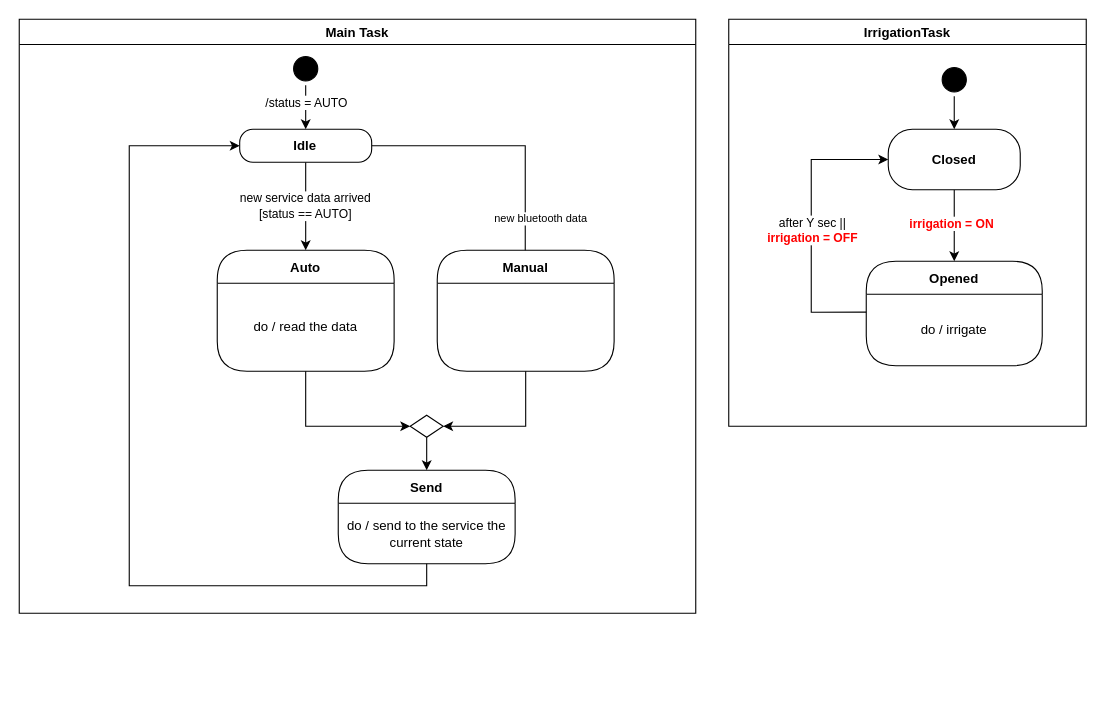
tassiLuca/smart-garden keeps this draw.io diagram as page "overview" (1 of 4) of doc/diagrams/state-chart.drawio. Above is the earlier version. Source tidied: cells renumbered, new cells numbered last; positions are measured from the earlier drawing's top-left corner, leaving out a move shared by most shapes. Both pictures are drawn from the tidied source at 110%, with x=0, y=0 at pixel (19, 19).
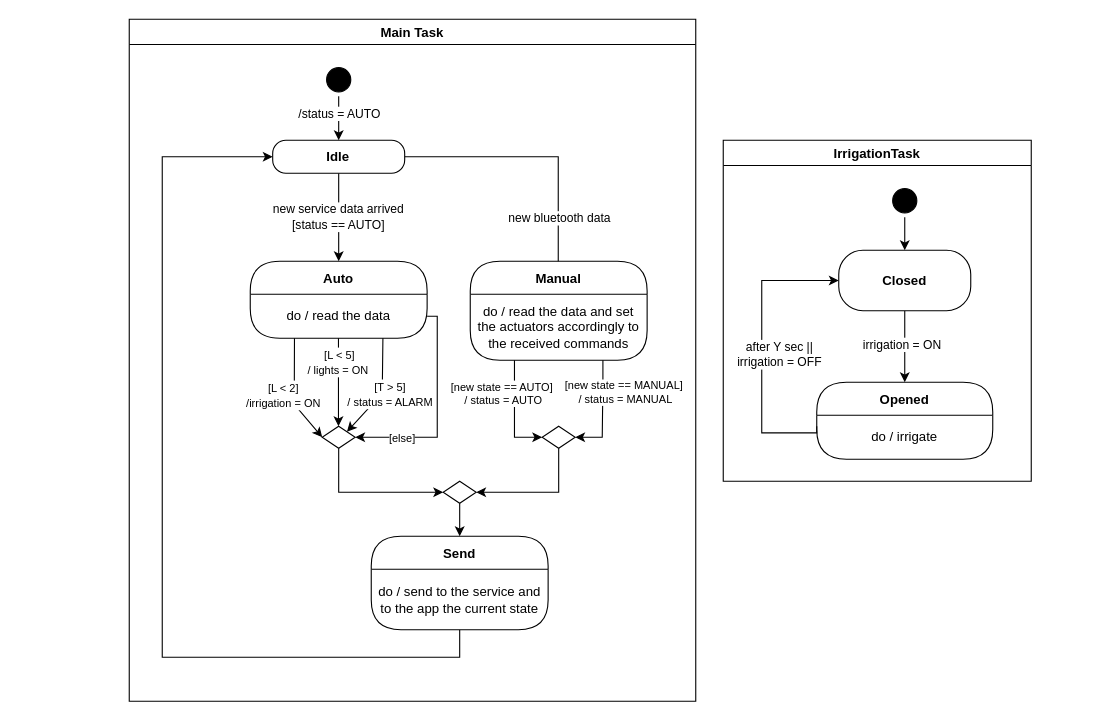
Above is the later version.

Commit message:
diagram state

The change refers to these unchanged cells:
```xml
<mxCell id="8" style="edgeStyle=orthogonalEdgeStyle;rounded=0;jettySize=auto;html=1;exitX=0.5;exitY=1;exitDx=0;exitDy=0;entryX=0.5;entryY=0;entryDx=0;entryDy=0;" parent="2" edge="1" source="10" target="4">
  <mxGeometry relative="1" as="geometry" />
</mxCell>
```

Change to the diagram source:
```diff
@@
     <mxCell id="2" value="IrrigationTask" style="swimlane;strokeColor=#000000;" parent="1" vertex="1">
-      <mxGeometry x="645" width="325" height="370" as="geometry" />
+      <mxGeometry x="640" y="110" width="280" height="310" as="geometry" />
     </mxCell>
     <mxCell id="3" style="ellipse;html=1;shape=startState;fillColor=#000000;strokeColor=#000000;" parent="2" vertex="1">
-      <mxGeometry x="190" y="40" width="30" height="30" as="geometry" />
+      <mxGeometry x="150" y="40" width="30" height="30" as="geometry" />
     </mxCell>
     <mxCell id="4" value="Opened" style="swimlane;fontStyle=1;align=center;verticalAlign=middle;horizontal=1;startSize=30;rounded=1;arcSize=30;swimlaneFillColor=#FFFFFF;" parent="2" vertex="1">
-      <mxGeometry x="125" y="220" width="160" height="95" as="geometry" />
+      <mxGeometry x="85" y="220" width="160" height="70" as="geometry" />
     </mxCell>
     <mxCell id="5" style="edgeStyle=orthogonalEdgeStyle;rounded=0;jettySize=auto;html=1;exitX=0;exitY=0.25;exitDx=0;exitDy=0;entryX=0;entryY=0.5;entryDx=0;entryDy=0;fontColor=#000000;" parent="2" edge="1" source="11" target="10">
       <mxGeometry relative="1" as="geometry">
         <Array as="points">
-          <mxPoint x="75" y="266" />
-          <mxPoint x="75" y="128" />
-          <mxPoint x="145" y="128" />
+          <mxPoint x="35" y="266" />
+          <mxPoint x="35" y="128" />
+          <mxPoint x="105" y="128" />
         </Array>
       </mxGeometry>
     </mxCell>
-    <mxCell id="6" value="after Y sec || &lt;br&gt;&lt;b&gt;&lt;font color=&quot;#ff0000&quot;&gt;irrigation = OFF&lt;/font&gt;&lt;/b&gt;" style="edgeLabel;html=1;align=center;verticalAlign=middle;fontColor=#000000;" parent="5" vertex="1">
+    <mxCell id="6" value="after Y sec || &lt;br&gt;irrigation = OFF" style="edgeLabel;html=1;align=center;verticalAlign=middle;fontColor=#000000;" parent="5" vertex="1">
       <mxGeometry x="-0.01" y="-2" relative="1" as="geometry">
-        <mxPoint x="-2" y="3" as="offset" />
+        <mxPoint x="13" y="3" as="offset" />
       </mxGeometry>
     </mxCell>
@@
-    <mxCell id="9" value="&lt;b&gt;&lt;font color=&quot;#ff0000&quot;&gt;irrigation = ON&amp;nbsp;&lt;/font&gt;&lt;/b&gt;" style="edgeLabel;html=1;align=center;verticalAlign=middle;" parent="8" vertex="1">
+    <mxCell id="9" value="irrigation = ON&amp;nbsp;" style="edgeLabel;html=1;align=center;verticalAlign=middle;" parent="8" vertex="1">
       <mxGeometry x="-0.09" y="-2" relative="1" as="geometry" />
     </mxCell>
     <mxCell id="10" value="Closed" style="rounded=1;whiteSpace=wrap;html=1;arcSize=40;fontStyle=1;" parent="2" vertex="1">
-      <mxGeometry x="145" y="100" width="120" height="55" as="geometry" />
+      <mxGeometry x="105" y="100" width="120" height="55" as="geometry" />
     </mxCell>
     <mxCell id="11" value="do / irrigate" style="text;html=1;align=center;verticalAlign=middle;spacingLeft=4;spacingRight=4;whiteSpace=wrap;overflow=hidden;" parent="2" vertex="1">
-      <mxGeometry x="125" y="250" width="160" height="65" as="geometry" />
+      <mxGeometry x="85" y="250" width="160" height="40" as="geometry" />
     </mxCell>
     <mxCell id="12" value="Main Task" style="swimlane;strokeColor=#000000;" parent="1" vertex="1">
-      <mxGeometry width="615" height="540" as="geometry" />
+      <mxGeometry x="100" width="515" height="620" as="geometry" />
     </mxCell>
     <mxCell id="13" style="ellipse;html=1;shape=startState;fillColor=#000000;strokeColor=#000000;" parent="12" vertex="1">
-      <mxGeometry x="245.4" y="30" width="30" height="30" as="geometry" />
+      <mxGeometry x="175.4" y="40" width="30" height="30" as="geometry" />
     </mxCell>
@@
     <mxCell id="15" style="edgeStyle=orthogonalEdgeStyle;rounded=0;jettySize=auto;html=1;exitX=1;exitY=0.5;exitDx=0;exitDy=0;entryX=0.5;entryY=0;entryDx=0;entryDy=0;fontColor=#000000;startArrow=none;startFill=0;" parent="12" edge="1" source="17" target="20">
       <mxGeometry relative="1" as="geometry">
         <Array as="points">
-          <mxPoint x="460" y="115" />
-          <mxPoint x="460" y="240" />
+          <mxPoint x="390" y="125" />
+          <mxPoint x="390" y="250" />
         </Array>
       </mxGeometry>
     </mxCell>
-    <mxCell id="16" value="new bluetooth data" style="edgeLabel;html=1;align=center;verticalAlign=middle;fontSize=10;fontColor=#000000;" parent="15" vertex="1">
+    <mxCell id="16" value="&lt;font style=&quot;font-size: 11px;&quot;&gt;new bluetooth data&lt;/font&gt;" style="edgeLabel;html=1;align=center;verticalAlign=middle;fontSize=10;fontColor=#000000;" parent="15" vertex="1">
       <mxGeometry x="-0.15" y="1" relative="1" as="geometry">
-        <mxPoint x="28" y="66" as="offset" />
+        <mxPoint x="15" y="56" as="offset" />
       </mxGeometry>
     </mxCell>
     <mxCell id="17" value="Idle" style="rounded=1;whiteSpace=wrap;html=1;arcSize=40;fontStyle=1;" parent="12" vertex="1">
-      <mxGeometry x="200.4" y="100" width="120" height="30" as="geometry" />
+      <mxGeometry x="130.4" y="110" width="120" height="30" as="geometry" />
     </mxCell>
@@
     <mxCell id="20" value="Manual" style="swimlane;fontStyle=1;align=center;verticalAlign=middle;horizontal=1;startSize=30;rounded=1;arcSize=30;swimlaneFillColor=#FFFFFF;" parent="12" vertex="1">
-      <mxGeometry x="380" y="210" width="160.8" height="110" as="geometry" />
+      <mxGeometry x="310" y="220" width="160.8" height="90" as="geometry" />
     </mxCell>
-    <mxCell id="21" value="&amp;nbsp; &amp;nbsp;&amp;nbsp;" style="text;html=1;align=center;verticalAlign=middle;spacingLeft=4;spacingRight=4;whiteSpace=wrap;overflow=hidden;" parent="20" vertex="1">
-      <mxGeometry y="30" width="160.8" height="80" as="geometry" />
+    <mxCell id="21" value="do / read the data and set the actuators accordingly to the received commands" style="text;html=1;align=center;verticalAlign=middle;spacingLeft=4;spacingRight=4;whiteSpace=wrap;overflow=hidden;" parent="20" vertex="1">
+      <mxGeometry y="30" width="160.8" height="60" as="geometry" />
     </mxCell>
     <mxCell id="22" value="Auto" style="swimlane;fontStyle=1;align=center;verticalAlign=middle;horizontal=1;startSize=30;rounded=1;arcSize=30;swimlaneFillColor=#FFFFFF;" parent="12" vertex="1">
-      <mxGeometry x="180" y="210" width="160.8" height="110" as="geometry" />
+      <mxGeometry x="110" y="220" width="160.8" height="70" as="geometry" />
     </mxCell>
     <mxCell id="23" value="do / read the data" style="text;html=1;align=center;verticalAlign=middle;spacingLeft=4;spacingRight=4;whiteSpace=wrap;overflow=hidden;" parent="22" vertex="1">
-      <mxGeometry y="30" width="160.8" height="80" as="geometry" />
+      <mxGeometry y="30" width="160.8" height="40" as="geometry" />
     </mxCell>
+    <mxCell id="26" style="edgeStyle=orthogonalEdgeStyle;curved=1;jettySize=auto;html=1;exitX=0.5;exitY=1;exitDx=0;exitDy=0;entryX=0.5;entryY=0;entryDx=0;entryDy=0;fontSize=10;fontColor=#000000;" parent="12" edge="1" source="27" target="24">
+      <mxGeometry relative="1" as="geometry" />
+    </mxCell>
+    <mxCell id="27" style="shape=rhombus;perimeter=rhombusPerimeter;whiteSpace=wrap;html=1;align=center;fontSize=10;fontColor=#000000;" parent="12" vertex="1">
+      <mxGeometry x="285.4" y="420" width="30" height="20" as="geometry" />
+    </mxCell>
+    <mxCell id="30" style="edgeStyle=orthogonalEdgeStyle;rounded=0;jettySize=auto;html=1;exitX=0.5;exitY=1;exitDx=0;exitDy=0;entryX=0;entryY=0.5;entryDx=0;entryDy=0;fontSize=10;fontColor=#000000;" parent="12" edge="1" source="25" target="17">
+      <mxGeometry relative="1" as="geometry">
+        <Array as="points">
+          <mxPoint x="300" y="580" />
+          <mxPoint x="30" y="580" />
+          <mxPoint x="30" y="125" />
+        </Array>
+      </mxGeometry>
+    </mxCell>
+    <mxCell id="31" style="endArrow=classic;html=1;rounded=0;fontSize=11;exitX=0.75;exitY=1;exitDx=0;exitDy=0;entryX=1;entryY=0;entryDx=0;entryDy=0;" parent="12" edge="1" source="23" target="34">
+      <mxGeometry relative="1" as="geometry">
+        <Array as="points">
+          <mxPoint x="230" y="340" />
+        </Array>
+      </mxGeometry>
+    </mxCell>
+    <mxCell id="32" value="&lt;font style=&quot;font-size: 10px;&quot;&gt;[T &amp;gt; 5] &lt;br&gt;/ status = ALARM&lt;/font&gt;" style="edgeLabel;html=1;align=center;verticalAlign=middle;fontSize=11;" parent="31" vertex="1">
+      <mxGeometry x="-0.68" y="-3" relative="1" as="geometry">
+        <mxPoint x="9" y="35" as="offset" />
+      </mxGeometry>
+    </mxCell>
+    <mxCell id="33" style="edgeStyle=orthogonalEdgeStyle;rounded=0;jettySize=auto;html=1;exitX=0.5;exitY=1;exitDx=0;exitDy=0;entryX=0;entryY=0.5;entryDx=0;entryDy=0;fontSize=11;" parent="12" edge="1" source="34" target="27">
+      <mxGeometry relative="1" as="geometry" />
+    </mxCell>
+    <mxCell id="34" style="shape=rhombus;perimeter=rhombusPerimeter;whiteSpace=wrap;html=1;align=center;fontSize=10;fontColor=#000000;" parent="12" vertex="1">
+      <mxGeometry x="175.4" y="370" width="30" height="20" as="geometry" />
+    </mxCell>
     <mxCell id="24" value="Send" style="swimlane;fontStyle=1;align=center;verticalAlign=middle;horizontal=1;startSize=30;rounded=1;arcSize=30;swimlaneFillColor=#FFFFFF;" parent="12" vertex="1">
-      <mxGeometry x="290" y="410" width="160.8" height="85" as="geometry" />
+      <mxGeometry x="220" y="470" width="160.8" height="85" as="geometry" />
     </mxCell>
-    <mxCell id="25" value="do / send to the service the current state" style="text;html=1;align=center;verticalAlign=middle;spacingLeft=4;spacingRight=4;whiteSpace=wrap;overflow=hidden;" parent="24" vertex="1">
+    <mxCell id="25" value="do / send to the service and to the app the current state" style="text;html=1;align=center;verticalAlign=middle;spacingLeft=4;spacingRight=4;whiteSpace=wrap;overflow=hidden;" parent="24" vertex="1">
       <mxGeometry y="30" width="160.8" height="55" as="geometry" />
     </mxCell>
-    <mxCell id="26" style="edgeStyle=orthogonalEdgeStyle;curved=1;jettySize=auto;html=1;exitX=0.5;exitY=1;exitDx=0;exitDy=0;entryX=0.5;entryY=0;entryDx=0;entryDy=0;fontSize=10;fontColor=#000000;" parent="12" edge="1" source="27" target="24">
-      <mxGeometry relative="1" as="geometry" />
-    </mxCell>
-    <mxCell id="27" style="shape=rhombus;perimeter=rhombusPerimeter;whiteSpace=wrap;html=1;align=center;fontSize=10;fontColor=#000000;" parent="12" vertex="1">
-      <mxGeometry x="355.4" y="360" width="30" height="20" as="geometry" />
-    </mxCell>
-    <mxCell id="28" style="edgeStyle=orthogonalEdgeStyle;jettySize=auto;html=1;exitX=0.5;exitY=1;exitDx=0;exitDy=0;entryX=0;entryY=0.5;entryDx=0;entryDy=0;fontSize=10;fontColor=#000000;rounded=0;" parent="12" edge="1" source="23" target="27">
-      <mxGeometry relative="1" as="geometry" />
-    </mxCell>
-    <mxCell id="29" style="edgeStyle=orthogonalEdgeStyle;rounded=0;jettySize=auto;html=1;exitX=0.5;exitY=1;exitDx=0;exitDy=0;entryX=1;entryY=0.5;entryDx=0;entryDy=0;fontSize=10;fontColor=#000000;" parent="12" edge="1" source="21" target="27">
-      <mxGeometry relative="1" as="geometry" />
-    </mxCell>
-    <mxCell id="30" style="edgeStyle=orthogonalEdgeStyle;rounded=0;jettySize=auto;html=1;exitX=0.5;exitY=1;exitDx=0;exitDy=0;entryX=0;entryY=0.5;entryDx=0;entryDy=0;fontSize=10;fontColor=#000000;" parent="12" edge="1" source="25" target="17">
-      <mxGeometry relative="1" as="geometry">
-        <Array as="points">
-          <mxPoint x="370" y="515" />
-          <mxPoint x="100" y="515" />
-          <mxPoint x="100" y="115" />
-        </Array>
-      </mxGeometry>
-    </mxCell>
+    <mxCell id="35" style="edgeStyle=orthogonalEdgeStyle;rounded=0;orthogonalLoop=1;jettySize=auto;html=1;exitX=0.5;exitY=1;exitDx=0;exitDy=0;entryX=0.5;entryY=0;entryDx=0;entryDy=0;fontSize=11;" parent="12" edge="1">
+      <mxGeometry relative="1" as="geometry">
+        <mxPoint x="190.2" y="290" as="sourcePoint" />
+        <mxPoint x="190.2" y="370" as="targetPoint" />
+      </mxGeometry>
+    </mxCell>
+    <mxCell id="36" value="&lt;font style=&quot;font-size: 10px;&quot;&gt;[L &amp;lt; 5] &lt;br&gt;/ lights = ON&amp;nbsp;&lt;/font&gt;" style="edgeLabel;html=1;align=center;verticalAlign=middle;fontSize=11;" parent="35" vertex="1">
+      <mxGeometry x="-0.25" relative="1" as="geometry">
+        <mxPoint y="-9" as="offset" />
+      </mxGeometry>
+    </mxCell>
+    <mxCell id="37" style="edgeStyle=orthogonalEdgeStyle;rounded=0;jettySize=auto;html=1;exitX=1;exitY=0.5;exitDx=0;exitDy=0;entryX=1;entryY=0.5;entryDx=0;entryDy=0;fontSize=11;" parent="12" edge="1" source="23" target="34">
+      <mxGeometry relative="1" as="geometry">
+        <Array as="points">
+          <mxPoint x="280" y="270" />
+          <mxPoint x="280" y="380" />
+        </Array>
+      </mxGeometry>
+    </mxCell>
+    <mxCell id="38" value="&lt;font style=&quot;font-size: 10px;&quot;&gt;[else]&lt;/font&gt;" style="edgeLabel;html=1;align=center;verticalAlign=middle;fontSize=11;" parent="37" vertex="1">
+      <mxGeometry x="0.57" relative="1" as="geometry" />
+    </mxCell>
+    <mxCell id="39" style="endArrow=classic;html=1;rounded=0;fontSize=11;exitX=0.25;exitY=1;exitDx=0;exitDy=0;entryX=0;entryY=0.5;entryDx=0;entryDy=0;" parent="12" edge="1" source="23" target="34">
+      <mxGeometry relative="1" as="geometry">
+        <Array as="points">
+          <mxPoint x="150" y="350" />
+        </Array>
+      </mxGeometry>
+    </mxCell>
+    <mxCell id="40" value="&lt;font style=&quot;font-size: 10px;&quot;&gt;[L &amp;lt; 2]&lt;br&gt;/irrigation = ON&lt;/font&gt;" style="edgeLabel;html=1;align=center;verticalAlign=middle;fontSize=11;" parent="39" vertex="1">
+      <mxGeometry x="0.41" y="-1" relative="1" as="geometry">
+        <mxPoint x="-16" y="-17" as="offset" />
+      </mxGeometry>
+    </mxCell>
+    <mxCell id="41" style="edgeStyle=orthogonalEdgeStyle;rounded=0;jettySize=auto;html=1;exitX=0.5;exitY=1;exitDx=0;exitDy=0;entryX=1;entryY=0.5;entryDx=0;entryDy=0;fontSize=10;" parent="12" edge="1" source="42" target="27">
+      <mxGeometry relative="1" as="geometry" />
+    </mxCell>
+    <mxCell id="42" style="shape=rhombus;perimeter=rhombusPerimeter;whiteSpace=wrap;html=1;align=center;fontSize=10;fontColor=#000000;" parent="12" vertex="1">
+      <mxGeometry x="375.4" y="370" width="30" height="20" as="geometry" />
+    </mxCell>
+    <mxCell id="43" value="[new state == AUTO]&amp;nbsp;&lt;br&gt;/ status = AUTO" style="edgeStyle=orthogonalEdgeStyle;rounded=0;jettySize=auto;html=1;exitX=0.25;exitY=1;exitDx=0;exitDy=0;entryX=0;entryY=0.5;entryDx=0;entryDy=0;fontSize=10;" parent="12" edge="1" source="21" target="42">
+      <mxGeometry x="-0.37" y="-10" relative="1" as="geometry" />
+    </mxCell>
+    <mxCell id="44" style="edgeStyle=orthogonalEdgeStyle;rounded=0;jettySize=auto;html=1;exitX=0.75;exitY=1;exitDx=0;exitDy=0;entryX=1;entryY=0.5;entryDx=0;entryDy=0;fontSize=10;" parent="12" edge="1" source="21" target="42">
+      <mxGeometry relative="1" as="geometry">
+        <Array as="points">
+          <mxPoint x="431" y="330" />
+          <mxPoint x="430" y="330" />
+          <mxPoint x="430" y="380" />
+        </Array>
+      </mxGeometry>
+    </mxCell>
+    <mxCell id="45" value="[new state == MANUAL]&amp;nbsp;&lt;br&gt;/ status = MANUAL" style="edgeLabel;html=1;align=center;verticalAlign=middle;fontSize=10;" parent="44" vertex="1">
+      <mxGeometry x="-0.23" y="-1" relative="1" as="geometry">
+        <mxPoint x="21" y="-7" as="offset" />
+      </mxGeometry>
+    </mxCell>
```
